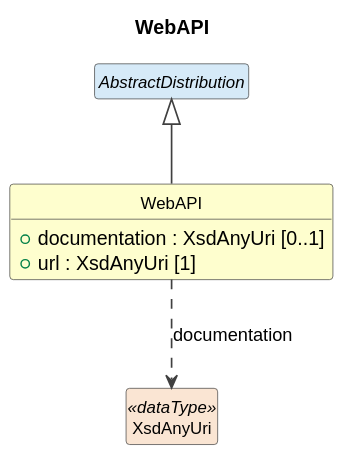
This is build/plantuml/cdifCore/Classes/WebAPI.svg from Cross-Domain-Interoperability-Framework/metadataBuildingBlocks, a PlantUML export, as it was before one commit. Its diagram source:
```plantuml
@startuml
title WebAPI
hide circle
hide empty members
skinparam shadowing false
skinparam ArrowThickness 1.2
skinparam class {
  ArrowColor #404040
  BorderColor #404040
  FontSize 12
}

class "WebAPI" as WebAPI #FEFECE {
  +documentation : XsdAnyUri [0..1]
  +url : XsdAnyUri [1]
}
abstract class "AbstractDistribution" as AbstractDistribution #D6EAF8
AbstractDistribution <|-- WebAPI
class "XsdAnyUri" as XsdAnyUri <<dataType>> #FAE5D3
WebAPI ..> XsdAnyUri : documentation
@enduml
```
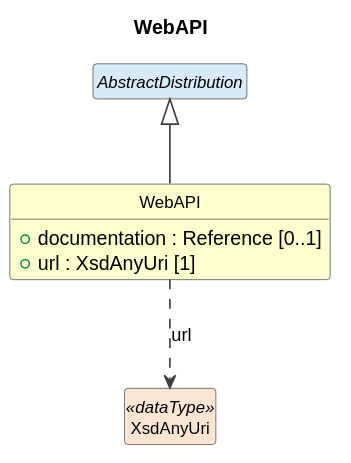
Above is the later version.

Change to the diagram source:
```diff
@@ -11,11 +11,11 @@
 }
 
 class "WebAPI" as WebAPI #FEFECE {
-  +documentation : XsdAnyUri [0..1]
+  +documentation : Reference [0..1]
   +url : XsdAnyUri [1]
 }
 abstract class "AbstractDistribution" as AbstractDistribution #D6EAF8
 AbstractDistribution <|-- WebAPI
 class "XsdAnyUri" as XsdAnyUri <<dataType>> #FAE5D3
-WebAPI ..> XsdAnyUri : documentation
+WebAPI ..> XsdAnyUri : url
 @enduml
```
